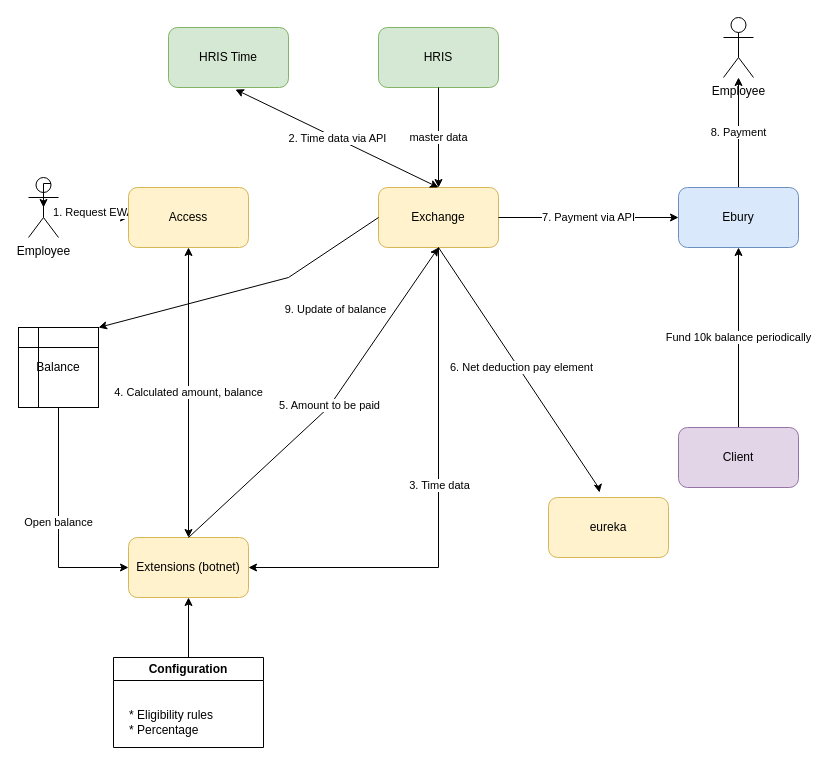
Above: Untitled Diagram.drawio in jasperslits/tesla (draw.io), before the change. Source tidied: cells renumbered, new cells numbered last; positions are measured from the earlier drawing's top-left corner, leaving out a move shared by most shapes. Both pictures are drawn from the tidied source at 100%, with x=0, y=0 at pixel (18, 17).
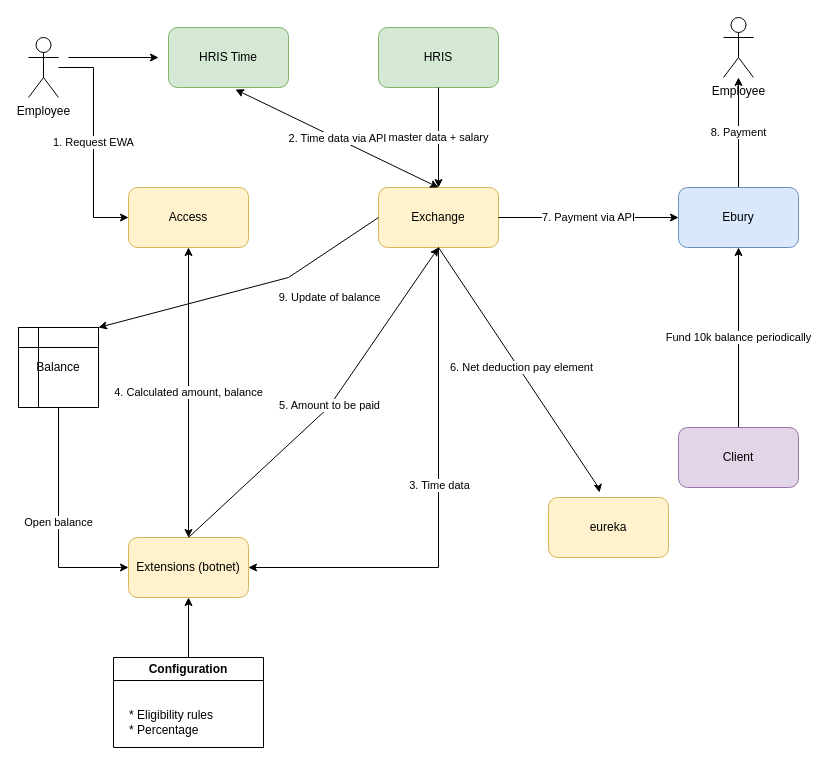
The same page after the edit.

Unchanged cells that the change refers to:
```xml
<mxCell id="5" value="Exchange" style="rounded=1;whiteSpace=wrap;html=1;fillColor=#fff2cc;strokeColor=#d6b656;" parent="1" vertex="1">
  <mxGeometry x="360" y="170" width="120" height="60" as="geometry" />
</mxCell>
<mxCell id="6" value="HRIS" style="rounded=1;whiteSpace=wrap;html=1;fillColor=#d5e8d4;strokeColor=#82b366;" parent="1" vertex="1">
  <mxGeometry x="360" y="10" width="120" height="60" as="geometry" />
</mxCell>
<mxCell id="29" value="Balance" style="shape=internalStorage;whiteSpace=wrap;html=1;backgroundOutline=1;" parent="1" vertex="1">
  <mxGeometry y="310" width="80" height="80" as="geometry" />
</mxCell>
```

Diff of the diagram source:
```diff
@@
     <mxCell id="3" value="Employee&lt;br&gt;" style="shape=umlActor;verticalLabelPosition=bottom;verticalAlign=top;html=1;outlineConnect=0;" parent="1" vertex="1">
-      <mxGeometry x="10" y="160" width="30" height="60" as="geometry" />
+      <mxGeometry x="10" y="20" width="30" height="60" as="geometry" />
     </mxCell>
@@
-    <mxCell id="15" value="master data" style="endArrow=classic;html=1;rounded=0;exitX=0.5;exitY=1;exitDx=0;exitDy=0;entryX=0.5;entryY=0;entryDx=0;entryDy=0;" parent="1" edge="1" source="6" target="5">
+    <mxCell id="15" value="master data + salary" style="endArrow=classic;html=1;rounded=0;exitX=0.5;exitY=1;exitDx=0;exitDy=0;entryX=0.5;entryY=0;entryDx=0;entryDy=0;" parent="1" edge="1" source="6" target="5">
       <mxGeometry relative="1" as="geometry" />
     </mxCell>
@@
-    <mxCell id="25" style="edgeStyle=orthogonalEdgeStyle;rounded=0;orthogonalLoop=1;jettySize=auto;html=1;exitX=0.75;exitY=0.1;exitDx=0;exitDy=0;exitPerimeter=0;entryX=0.5;entryY=0.5;entryDx=0;entryDy=0;entryPerimeter=0;" parent="1" edge="1" source="3" target="3">
-      <mxGeometry relative="1" as="geometry" />
-    </mxCell>
@@
     <mxCell id="30" value="9. Update of balance" style="endArrow=classic;html=1;rounded=0;exitX=0;exitY=0.5;exitDx=0;exitDy=0;entryX=1;entryY=0;entryDx=0;entryDy=0;" parent="1" edge="1" source="5" target="29">
-      <mxGeometry x="-0.43" y="53" relative="1" as="geometry">
+      <mxGeometry x="-0.44" y="39" relative="1" as="geometry">
         <Array as="points">
           <mxPoint x="270" y="260" />
         </Array>
       </mxGeometry>
     </mxCell>
+    <mxCell id="31" style="endArrow=classic;html=1;rounded=0;" parent="1" edge="1">
+      <mxGeometry relative="1" as="geometry">
+        <mxPoint x="50" y="40" as="sourcePoint" />
+        <mxPoint x="140" y="40" as="targetPoint" />
+      </mxGeometry>
+    </mxCell>
```
